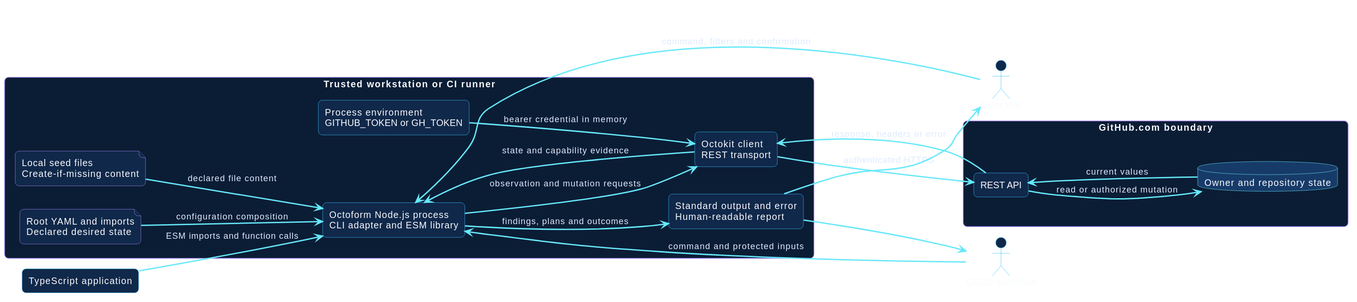
Before: docs/assets/diagrams/container-view.svg, a diagram exported from PlantUML (hector-ae21/octoform-docs). Source of this version:
```plantuml
@startuml
!include _theme.iuml
left to right direction

actor "Operator" as Operator
actor "CI/CD workflow" as Automation
component "TypeScript application" as Consumer

package "Trusted workstation or CI runner" {
  component "Octoform Node.js process\nCLI adapter and ESM library" as Process
  component "Octokit client\nREST transport" as Octokit
  file "Root YAML and imports\nDeclared desired state" as Config
  file "Local seed files\nCreate-if-missing content" as Seeds
  rectangle "Process environment\nGITHUB_TOKEN or GH_TOKEN" as Token
  rectangle "Standard output and error\nHuman-readable report" as Console
}

package "GitHub.com boundary" {
  component "REST API" as REST
  database "Owner and repository state" as State
}

Operator --> Process : command, filters and confirmation
Automation --> Process : command and protected inputs
Consumer --> Process : ESM imports and function calls
Config --> Process : configuration composition
Seeds --> Process : declared file content
Token --> Octokit : bearer credential in memory
Process --> Octokit : observation and mutation requests
Octokit --> REST : authenticated HTTPS
REST --> State : read or authorized mutation
State --> REST : current values
REST --> Octokit : response, headers or error
Octokit --> Process : state and capability evidence
Process --> Console : findings, plans and outcomes
Console --> Operator
Console --> Automation
@enduml
```
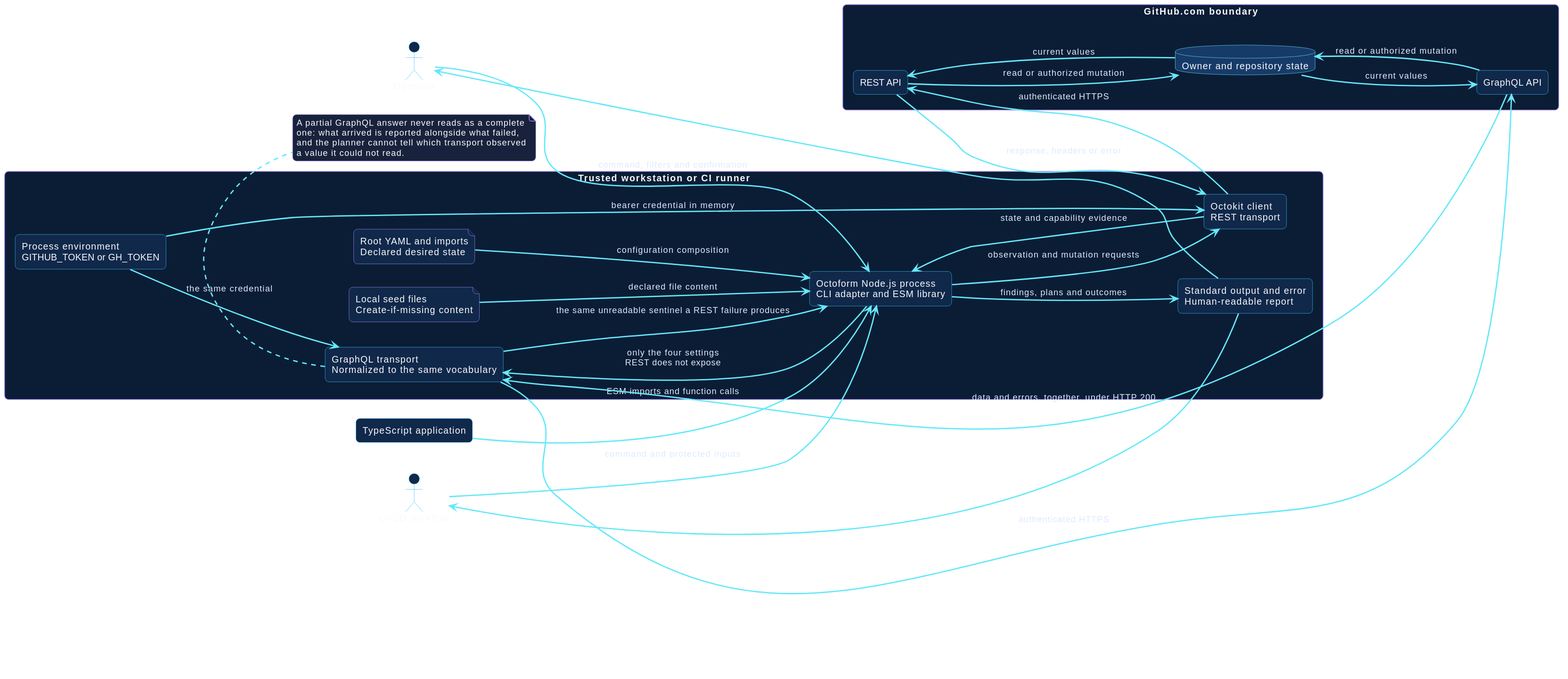
The same file after the commit.

What changed in the source:
```diff
@@ -9,6 +9,7 @@
 package "Trusted workstation or CI runner" {
   component "Octoform Node.js process\nCLI adapter and ESM library" as Process
   component "Octokit client\nREST transport" as Octokit
+  component "GraphQL transport\nNormalized to the same vocabulary" as GraphQLClient
   file "Root YAML and imports\nDeclared desired state" as Config
   file "Local seed files\nCreate-if-missing content" as Seeds
   rectangle "Process environment\nGITHUB_TOKEN or GH_TOKEN" as Token
@@ -17,6 +18,7 @@
 
 package "GitHub.com boundary" {
   component "REST API" as REST
+  component "GraphQL API" as GraphQL
   database "Owner and repository state" as State
 }
 
@@ -26,13 +28,27 @@
 Config --> Process : configuration composition
 Seeds --> Process : declared file content
 Token --> Octokit : bearer credential in memory
+Token --> GraphQLClient : the same credential
 Process --> Octokit : observation and mutation requests
+Process --> GraphQLClient : only the four settings\nREST does not expose
 Octokit --> REST : authenticated HTTPS
+GraphQLClient --> GraphQL : authenticated HTTPS
 REST --> State : read or authorized mutation
+GraphQL --> State : read or authorized mutation
 State --> REST : current values
+State --> GraphQL : current values
 REST --> Octokit : response, headers or error
+GraphQL --> GraphQLClient : data and errors, together, under HTTP 200
+GraphQLClient --> Process : the same unreadable sentinel a REST failure produces
 Octokit --> Process : state and capability evidence
 Process --> Console : findings, plans and outcomes
 Console --> Operator
 Console --> Automation
+
+note bottom of GraphQLClient
+  A partial GraphQL answer never reads as a complete
+  one: what arrived is reported alongside what failed,
+  and the planner cannot tell which transport observed
+  a value it could not read.
+end note
 @enduml
```
